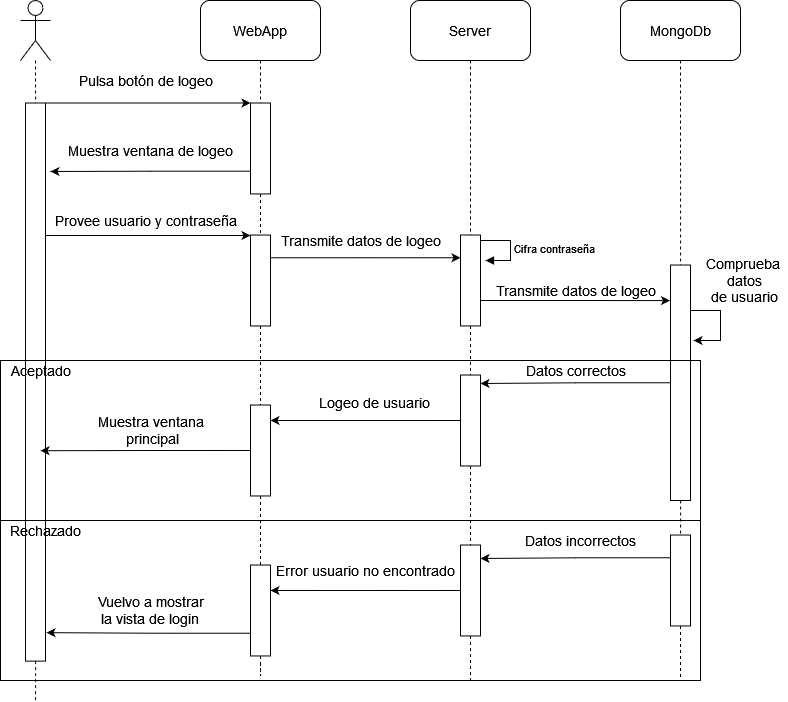
Above: docs/images/Login.png in Arquisoft/dede_es4b (draw.io), before the change. Source tidied: cells renumbered, new cells last; positions are measured from the earlier drawing's top-left corner, leaving out a move shared by most shapes.
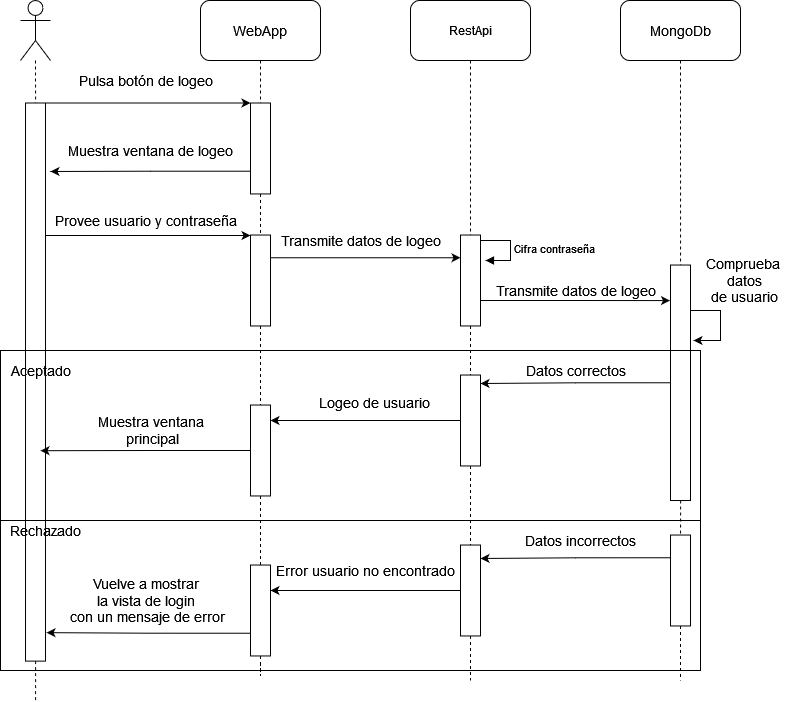
The same file after the commit.

The edit, as a diff of the source:
```diff
@@ -29,7 +29,7 @@
         <mxPoint x="714" y="680" as="targetPoint" />
       </mxGeometry>
     </mxCell>
-    <mxCell id="9" value="&lt;font style=&quot;font-size: 14px&quot;&gt;Server&lt;/font&gt;" style="rounded=1;whiteSpace=wrap;html=1;fontColor=none;" parent="1" vertex="1">
+    <mxCell id="9" value="RestApi" style="rounded=1;whiteSpace=wrap;html=1;fontColor=none;" parent="1" vertex="1">
       <mxGeometry x="654" width="120" height="60" as="geometry" />
     </mxCell>
     <mxCell id="10" style="edgeStyle=orthogonalEdgeStyle;rounded=0;jettySize=auto;html=1;fontSize=14;fontColor=none;startArrow=none;startFill=0;endArrow=none;endFill=0;strokeColor=default;dashed=1;" parent="1" edge="1" source="45">
@@ -187,8 +187,8 @@
     <mxCell id="52" style="edgeStyle=orthogonalEdgeStyle;rounded=0;jettySize=auto;html=1;dashed=1;fontSize=14;fontColor=none;endArrow=none;endFill=0;startArrow=none;" parent="1" edge="1" source="37" target="51">
       <mxGeometry relative="1" as="geometry" />
     </mxCell>
-    <mxCell id="53" value="&lt;div&gt;Vuelvo a mostrar&lt;/div&gt;&lt;div&gt;la vista de login&lt;br&gt;&lt;/div&gt;" style="text;html=1;align=center;verticalAlign=middle;strokeColor=none;fillColor=none;fontSize=14;fontColor=none;" parent="1" vertex="1">
-      <mxGeometry x="334" y="590" width="120" height="40" as="geometry" />
+    <mxCell id="53" value="&lt;div&gt;Vuelve a mostrar&lt;/div&gt;&lt;div&gt;la vista de login&lt;/div&gt;&lt;div&gt;&amp;nbsp;con un mensaje de error&lt;br&gt;&lt;/div&gt;" style="text;html=1;align=center;verticalAlign=middle;strokeColor=none;fillColor=none;fontSize=14;fontColor=none;" parent="1" vertex="1">
+      <mxGeometry x="304" y="570" width="170" height="60" as="geometry" />
     </mxCell>
     <mxCell id="54" value="Datos incorrectos" style="text;html=1;align=center;verticalAlign=middle;strokeColor=none;fillColor=none;fontSize=14;fontColor=none;" parent="1" vertex="1">
       <mxGeometry x="759" y="530" width="130" height="20" as="geometry" />
@@ -197,7 +197,7 @@
       <mxGeometry x="514" y="560" width="190" height="20" as="geometry" />
     </mxCell>
     <mxCell id="56" style="rounded=0;whiteSpace=wrap;html=1;fontSize=14;fontColor=none;fillColor=none;" parent="1" vertex="1">
-      <mxGeometry x="244" y="360" width="700" height="320" as="geometry" />
+      <mxGeometry x="244" y="350" width="700" height="320" as="geometry" />
     </mxCell>
     <mxCell id="57" value="Cifra contraseña" style="edgeStyle=orthogonalEdgeStyle;html=1;align=left;spacingLeft=2;endArrow=block;rounded=0;entryX=1;entryY=0;" parent="1" edge="1">
       <mxGeometry relative="1" as="geometry">
```
